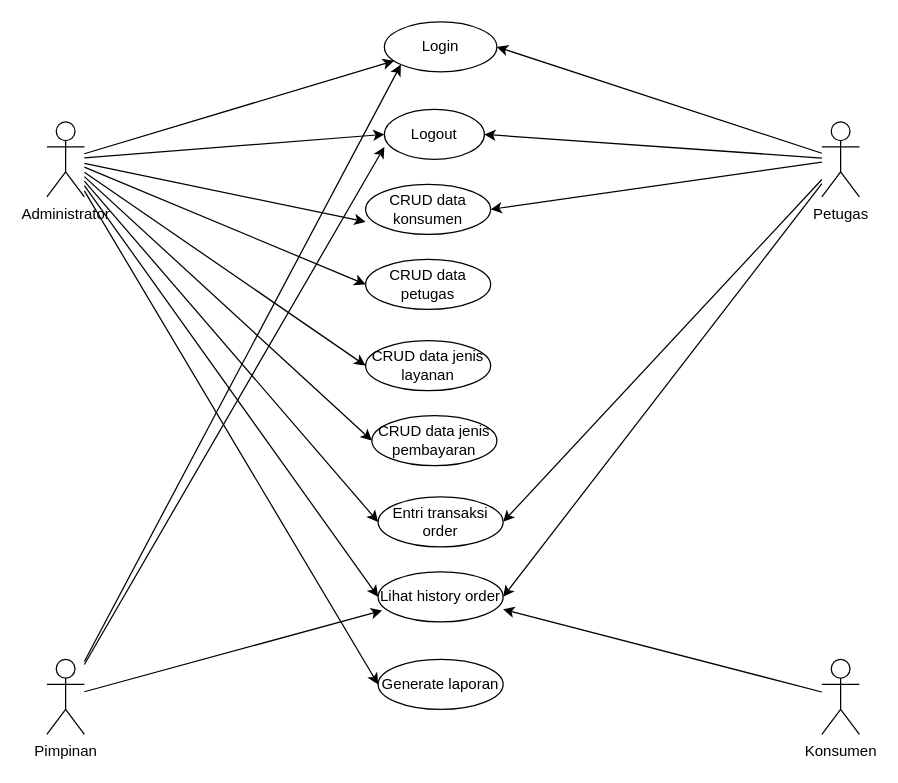
Before: usecase.drawio in Sehazad/doc, a draw.io diagram. Source tidied: cells renumbered, new cells numbered last; positions are measured from the earlier drawing's top-left corner, leaving out a move shared by most shapes. Both pictures are drawn from the tidied source at 125%, with x=0, y=0 at pixel (46, 21).
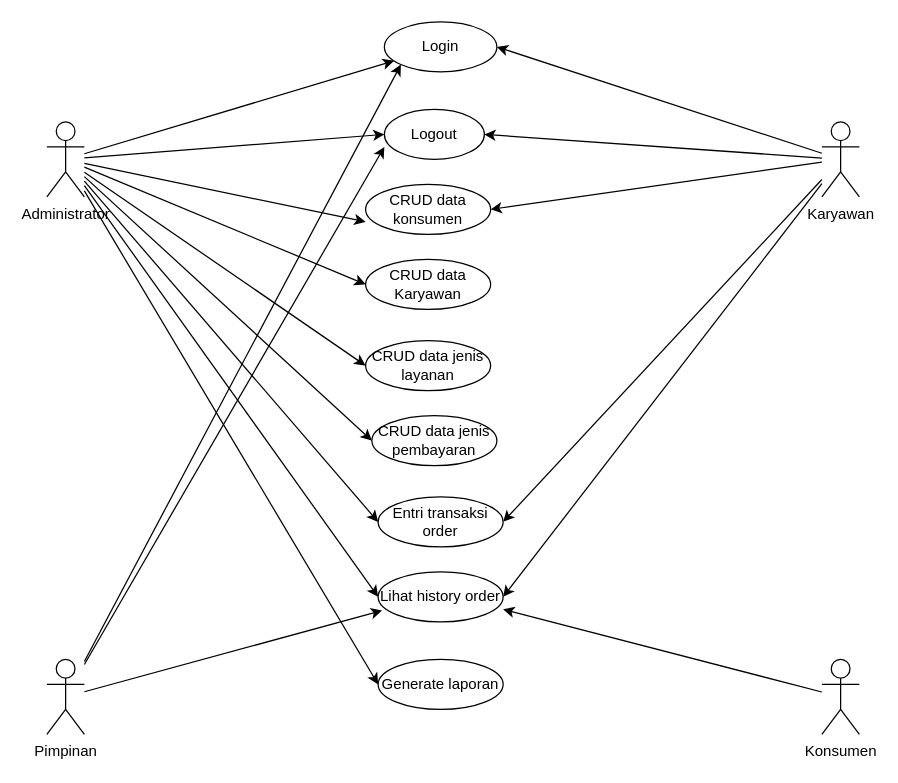
The same page after the edit.

What changed in the source:
```diff
@@
-    <mxCell id="17" value="Petugas" style="shape=umlActor;verticalLabelPosition=bottom;verticalAlign=top;html=1;outlineConnect=0;" parent="1" vertex="1">
+    <mxCell id="17" value="Karyawan" style="shape=umlActor;verticalLabelPosition=bottom;verticalAlign=top;html=1;outlineConnect=0;" parent="1" vertex="1">
       <mxGeometry x="620" y="80" width="30" height="60" as="geometry" />
     </mxCell>
@@
-    <mxCell id="26" value="CRUD data petugas" style="ellipse;whiteSpace=wrap;html=1;" parent="1" vertex="1">
+    <mxCell id="26" value="CRUD data Karyawan" style="ellipse;whiteSpace=wrap;html=1;" parent="1" vertex="1">
       <mxGeometry x="255" y="190" width="100" height="40" as="geometry" />
     </mxCell>
```
